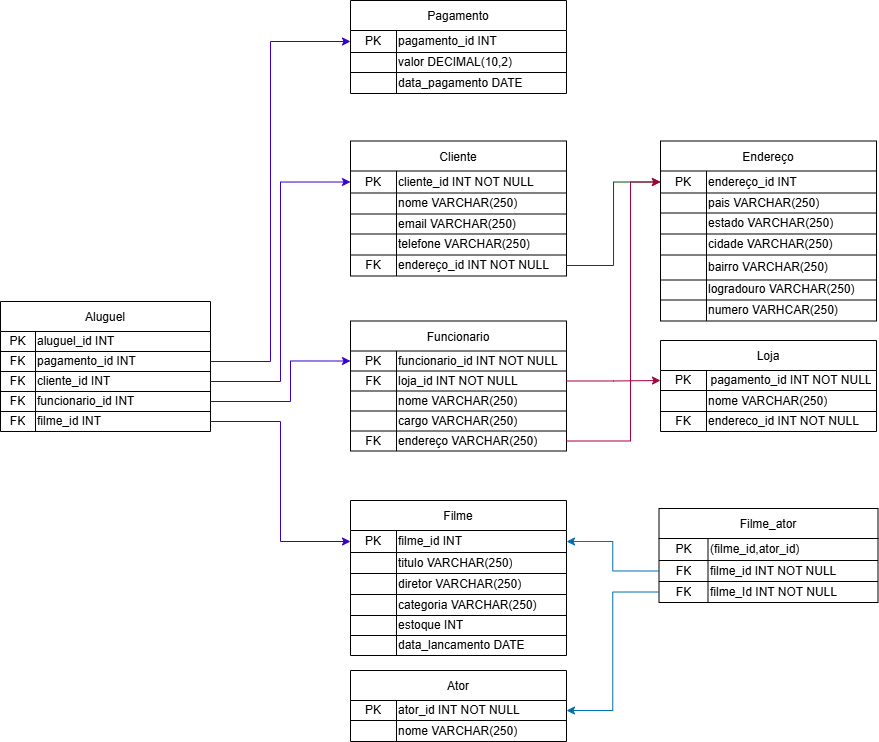
TalesCouti/ProjetoBancoDeDadosAFYA keeps this draw.io diagram as Diagrama.png. Above is the earlier version. Source tidied: cells renumbered, new cells last; positions are measured from the earlier drawing's top-left corner, leaving out a move shared by most shapes.
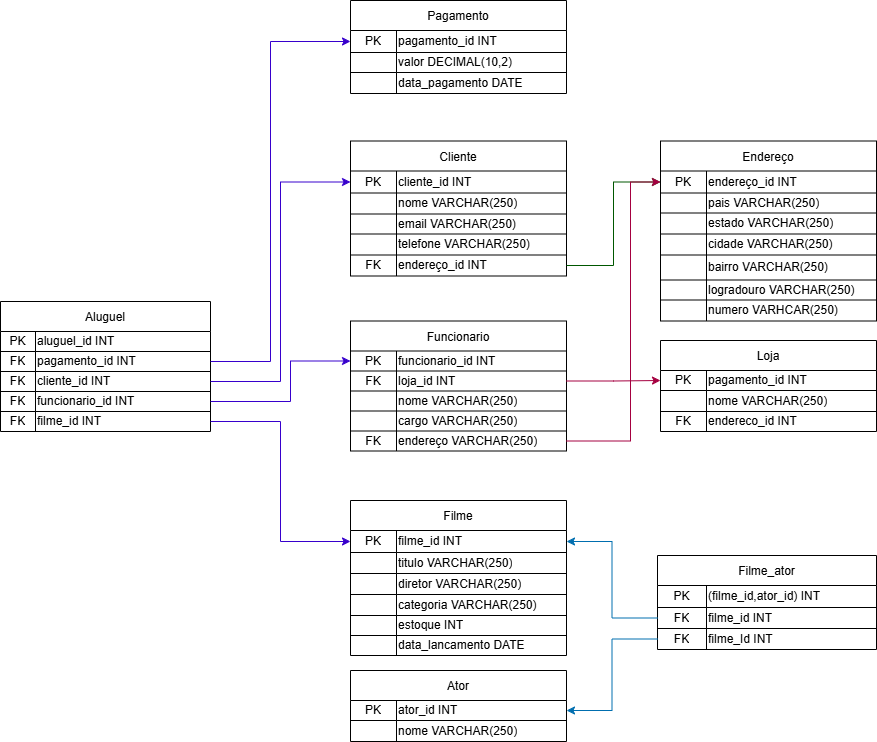
After the commit.

Commit message:
Adição de consultas e alteração da sintaxe de postgres para mysql, atualização no readme e diagrama de classes

What changed in the source:
```diff
@@ -89,7 +89,7 @@
     <mxCell id="30" value="PK" style="shape=partialRectangle;html=1;whiteSpace=wrap;strokeColor=inherit;overflow=hidden;fillColor=none;top=0;left=0;bottom=0;right=0;" parent="29" vertex="1">
       <mxGeometry width="46" height="22" as="geometry" />
     </mxCell>
-    <mxCell id="31" value="cliente_id INT NOT NULL" style="shape=partialRectangle;html=1;whiteSpace=wrap;strokeColor=inherit;overflow=hidden;fillColor=none;top=0;left=0;bottom=0;right=0;align=left;" parent="29" vertex="1">
+    <mxCell id="31" value="cliente_id INT&amp;nbsp;" style="shape=partialRectangle;html=1;whiteSpace=wrap;strokeColor=inherit;overflow=hidden;fillColor=none;top=0;left=0;bottom=0;right=0;align=left;" parent="29" vertex="1">
       <mxGeometry x="46" width="170" height="22" as="geometry" />
     </mxCell>
     <mxCell id="32" style="shape=tableRow;horizontal=0;startSize=0;swimlaneHead=0;swimlaneBody=0;strokeColor=inherit;top=0;left=0;bottom=0;right=0;fillColor=none;fixedHeader=1;" parent="28" vertex="1">
@@ -125,7 +125,7 @@
     <mxCell id="42" value="FK" style="shape=partialRectangle;html=1;whiteSpace=wrap;strokeColor=inherit;overflow=hidden;fillColor=none;top=0;left=0;bottom=0;right=0;" parent="41" vertex="1">
       <mxGeometry width="46" height="21" as="geometry" />
     </mxCell>
-    <mxCell id="43" value="endereço_id INT NOT NULL" style="shape=partialRectangle;html=1;whiteSpace=wrap;strokeColor=inherit;overflow=hidden;fillColor=none;top=0;left=0;bottom=0;right=0;align=left;" parent="41" vertex="1">
+    <mxCell id="43" value="endereço_id INT" style="shape=partialRectangle;html=1;whiteSpace=wrap;strokeColor=inherit;overflow=hidden;fillColor=none;top=0;left=0;bottom=0;right=0;align=left;" parent="41" vertex="1">
       <mxGeometry x="46" width="170" height="21" as="geometry" />
     </mxCell>
     <mxCell id="44" value="Funcionario" style="shape=table;startSize=30;fixedHeader=1;" parent="1" vertex="1">
@@ -137,7 +137,7 @@
     <mxCell id="46" value="PK" style="shape=partialRectangle;html=1;whiteSpace=wrap;strokeColor=inherit;overflow=hidden;fillColor=none;top=0;left=0;bottom=0;right=0;" parent="45" vertex="1">
       <mxGeometry width="46" height="20" as="geometry" />
     </mxCell>
-    <mxCell id="47" value="funcionario_id INT NOT NULL" style="shape=partialRectangle;html=1;whiteSpace=wrap;strokeColor=inherit;overflow=hidden;fillColor=none;top=0;left=0;bottom=0;right=0;align=left;" parent="45" vertex="1">
+    <mxCell id="47" value="funcionario_id INT&amp;nbsp;" style="shape=partialRectangle;html=1;whiteSpace=wrap;strokeColor=inherit;overflow=hidden;fillColor=none;top=0;left=0;bottom=0;right=0;align=left;" parent="45" vertex="1">
       <mxGeometry x="46" width="170" height="20" as="geometry" />
     </mxCell>
     <mxCell id="48" style="shape=tableRow;horizontal=0;startSize=0;swimlaneHead=0;swimlaneBody=0;strokeColor=inherit;top=0;left=0;bottom=0;right=0;fillColor=none;points=[[0,0.5],[1,0.5]];portConstraint=eastwest;fixedHeader=1;" parent="44" vertex="1">
@@ -146,7 +146,7 @@
     <mxCell id="49" value="FK" style="shape=partialRectangle;html=1;whiteSpace=wrap;strokeColor=inherit;overflow=hidden;fillColor=none;top=0;left=0;bottom=0;right=0;" parent="48" vertex="1">
       <mxGeometry width="46" height="20" as="geometry" />
     </mxCell>
-    <mxCell id="50" value="loja_id INT NOT NULL" style="shape=partialRectangle;html=1;whiteSpace=wrap;strokeColor=inherit;overflow=hidden;fillColor=none;top=0;left=0;bottom=0;right=0;align=left;" parent="48" vertex="1">
+    <mxCell id="50" value="loja_id INT&amp;nbsp;" style="shape=partialRectangle;html=1;whiteSpace=wrap;strokeColor=inherit;overflow=hidden;fillColor=none;top=0;left=0;bottom=0;right=0;align=left;" parent="48" vertex="1">
       <mxGeometry x="46" width="170" height="20" as="geometry" />
     </mxCell>
     <mxCell id="51" style="shape=tableRow;horizontal=0;startSize=0;swimlaneHead=0;swimlaneBody=0;strokeColor=inherit;top=0;left=0;bottom=0;right=0;fillColor=none;fixedHeader=1;" parent="44" vertex="1">
@@ -242,7 +242,7 @@
     <mxCell id="81" value="PK" style="shape=partialRectangle;html=1;whiteSpace=wrap;strokeColor=inherit;overflow=hidden;fillColor=none;top=0;left=0;bottom=0;right=0;" parent="80" vertex="1">
       <mxGeometry width="46" height="20" as="geometry" />
     </mxCell>
-    <mxCell id="82" value="ator_id INT NOT NULL" style="shape=partialRectangle;html=1;whiteSpace=wrap;strokeColor=inherit;overflow=hidden;fillColor=none;top=0;left=0;bottom=0;right=0;align=left;" parent="80" vertex="1">
+    <mxCell id="82" value="ator_id INT&amp;nbsp;" style="shape=partialRectangle;html=1;whiteSpace=wrap;strokeColor=inherit;overflow=hidden;fillColor=none;top=0;left=0;bottom=0;right=0;align=left;" parent="80" vertex="1">
       <mxGeometry x="46" width="170" height="20" as="geometry" />
     </mxCell>
     <mxCell id="83" style="shape=tableRow;horizontal=0;startSize=0;swimlaneHead=0;swimlaneBody=0;strokeColor=inherit;top=0;left=0;bottom=0;right=0;fillColor=none;fixedHeader=1;" parent="79" vertex="1">
@@ -263,7 +263,7 @@
     <mxCell id="88" value="PK" style="shape=partialRectangle;html=1;whiteSpace=wrap;strokeColor=inherit;overflow=hidden;fillColor=none;top=0;left=0;bottom=0;right=0;" parent="87" vertex="1">
       <mxGeometry width="46" height="20" as="geometry" />
     </mxCell>
-    <mxCell id="89" value="pagamento_id INT NOT NULL" style="shape=partialRectangle;html=1;whiteSpace=wrap;strokeColor=inherit;overflow=hidden;fillColor=none;top=0;left=0;bottom=0;right=0;" parent="87" vertex="1">
+    <mxCell id="89" value="pagamento_id INT&amp;nbsp;" style="shape=partialRectangle;html=1;whiteSpace=wrap;strokeColor=inherit;overflow=hidden;fillColor=none;top=0;left=0;bottom=0;right=0;align=left;" parent="87" vertex="1">
       <mxGeometry x="46" width="170" height="20" as="geometry" />
     </mxCell>
     <mxCell id="90" style="shape=tableRow;horizontal=0;startSize=0;swimlaneHead=0;swimlaneBody=0;strokeColor=inherit;top=0;left=0;bottom=0;right=0;fillColor=none;fixedHeader=1;" parent="86" vertex="1">
@@ -281,7 +281,7 @@
     <mxCell id="94" value="FK" style="shape=partialRectangle;html=1;whiteSpace=wrap;strokeColor=inherit;overflow=hidden;fillColor=none;top=0;left=0;bottom=0;right=0;" parent="93" vertex="1">
       <mxGeometry width="46" height="20" as="geometry" />
     </mxCell>
-    <mxCell id="95" value="endereco_id INT NOT NULL" style="shape=partialRectangle;html=1;whiteSpace=wrap;strokeColor=inherit;overflow=hidden;fillColor=none;top=0;left=0;bottom=0;right=0;align=left;" parent="93" vertex="1">
+    <mxCell id="95" value="endereco_id INT&amp;nbsp;" style="shape=partialRectangle;html=1;whiteSpace=wrap;strokeColor=inherit;overflow=hidden;fillColor=none;top=0;left=0;bottom=0;right=0;align=left;" parent="93" vertex="1">
       <mxGeometry x="46" width="170" height="20" as="geometry" />
     </mxCell>
     <mxCell id="96" style="edgeStyle=orthogonalEdgeStyle;rounded=0;jettySize=auto;html=1;entryX=0;entryY=0.5;entryDx=0;entryDy=0;fillColor=#d80073;strokeColor=#A50040;" parent="1" edge="1" source="48" target="87">
@@ -302,7 +302,7 @@
       </mxGeometry>
     </mxCell>
     <mxCell id="100" value="Filme_ator" style="shape=table;startSize=30;fixedHeader=1;" parent="1" vertex="1">
-      <mxGeometry x="658.5" y="508" width="219" height="94" as="geometry" />
+      <mxGeometry x="657" y="555" width="219" height="94" as="geometry" />
     </mxCell>
     <mxCell id="101" style="shape=tableRow;horizontal=0;startSize=0;swimlaneHead=0;swimlaneBody=0;strokeColor=inherit;top=0;left=0;bottom=0;right=0;fillColor=none;fixedHeader=1;" parent="100" vertex="1">
       <mxGeometry y="30" width="219" height="22" as="geometry" />
@@ -310,7 +310,7 @@
     <mxCell id="102" value="PK" style="shape=partialRectangle;html=1;whiteSpace=wrap;strokeColor=inherit;overflow=hidden;fillColor=none;top=0;left=0;bottom=0;right=0;" parent="101" vertex="1">
       <mxGeometry width="49" height="22" as="geometry" />
     </mxCell>
-    <mxCell id="103" value="(filme_id,ator_id)" style="shape=partialRectangle;html=1;whiteSpace=wrap;strokeColor=inherit;overflow=hidden;fillColor=none;top=0;left=0;bottom=0;right=0;align=left;" parent="101" vertex="1">
+    <mxCell id="103" value="(filme_id,ator_id) INT" style="shape=partialRectangle;html=1;whiteSpace=wrap;strokeColor=inherit;overflow=hidden;fillColor=none;top=0;left=0;bottom=0;right=0;align=left;" parent="101" vertex="1">
       <mxGeometry x="49" width="170" height="22" as="geometry" />
     </mxCell>
     <mxCell id="104" style="shape=tableRow;horizontal=0;startSize=0;swimlaneHead=0;swimlaneBody=0;strokeColor=inherit;top=0;left=0;bottom=0;right=0;fillColor=none;points=[[0,0.5],[1,0.5]];portConstraint=eastwest;fixedHeader=1;" parent="100" vertex="1">
@@ -319,7 +319,7 @@
     <mxCell id="105" value="FK" style="shape=partialRectangle;html=1;whiteSpace=wrap;strokeColor=inherit;overflow=hidden;fillColor=none;top=0;left=0;bottom=0;right=0;" parent="104" vertex="1">
       <mxGeometry width="49" height="21" as="geometry" />
     </mxCell>
-    <mxCell id="106" value="filme_id INT NOT NULL" style="shape=partialRectangle;html=1;whiteSpace=wrap;strokeColor=inherit;overflow=hidden;fillColor=none;top=0;left=0;bottom=0;right=0;align=left;" parent="104" vertex="1">
+    <mxCell id="106" value="filme_id INT" style="shape=partialRectangle;html=1;whiteSpace=wrap;strokeColor=inherit;overflow=hidden;fillColor=none;top=0;left=0;bottom=0;right=0;align=left;" parent="104" vertex="1">
       <mxGeometry x="49" width="170" height="21" as="geometry" />
     </mxCell>
     <mxCell id="107" style="shape=tableRow;horizontal=0;startSize=0;swimlaneHead=0;swimlaneBody=0;strokeColor=inherit;top=0;left=0;bottom=0;right=0;fillColor=none;points=[[0,0.5],[1,0.5]];portConstraint=eastwest;fixedHeader=1;" parent="100" vertex="1">
@@ -328,7 +328,7 @@
     <mxCell id="108" value="FK" style="shape=partialRectangle;html=1;whiteSpace=wrap;strokeColor=inherit;overflow=hidden;fillColor=none;top=0;left=0;bottom=0;right=0;" parent="107" vertex="1">
       <mxGeometry width="49" height="21" as="geometry" />
     </mxCell>
-    <mxCell id="109" value="filme_Id INT NOT NULL" style="shape=partialRectangle;html=1;whiteSpace=wrap;strokeColor=inherit;overflow=hidden;fillColor=none;top=0;left=0;bottom=0;right=0;align=left;" parent="107" vertex="1">
+    <mxCell id="109" value="filme_Id INT&amp;nbsp;" style="shape=partialRectangle;html=1;whiteSpace=wrap;strokeColor=inherit;overflow=hidden;fillColor=none;top=0;left=0;bottom=0;right=0;align=left;" parent="107" vertex="1">
       <mxGeometry x="49" width="170" height="21" as="geometry" />
     </mxCell>
     <mxCell id="110" style="edgeStyle=orthogonalEdgeStyle;rounded=0;jettySize=auto;html=1;exitX=0;exitY=0.5;exitDx=0;exitDy=0;entryX=1;entryY=0.5;entryDx=0;entryDy=0;fillColor=#1ba1e2;strokeColor=#006EAF;" parent="1" edge="1" source="104" target="61">
```
